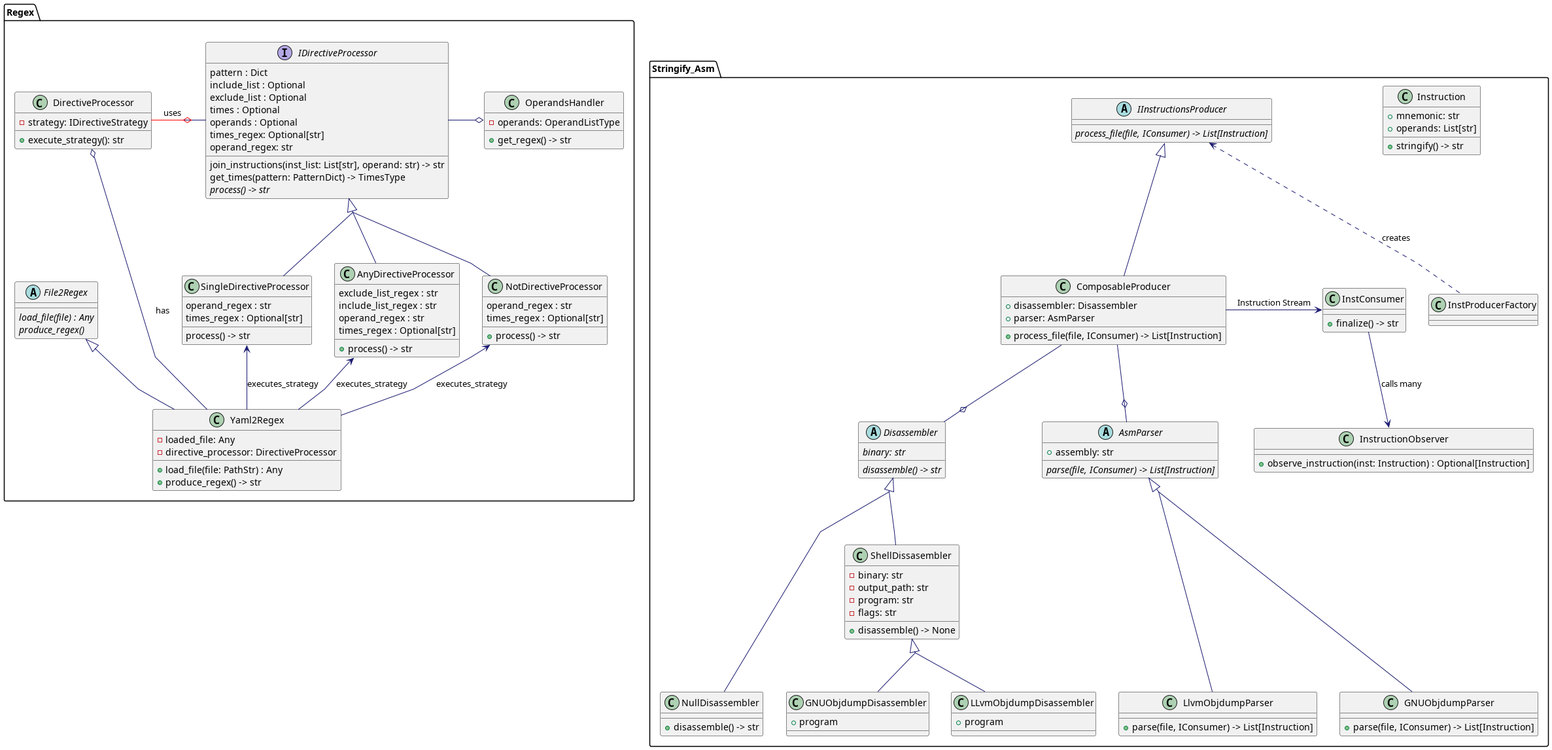
The PlantUML diagram design/diagram_class.png in JukMR/JASM, before a commit.
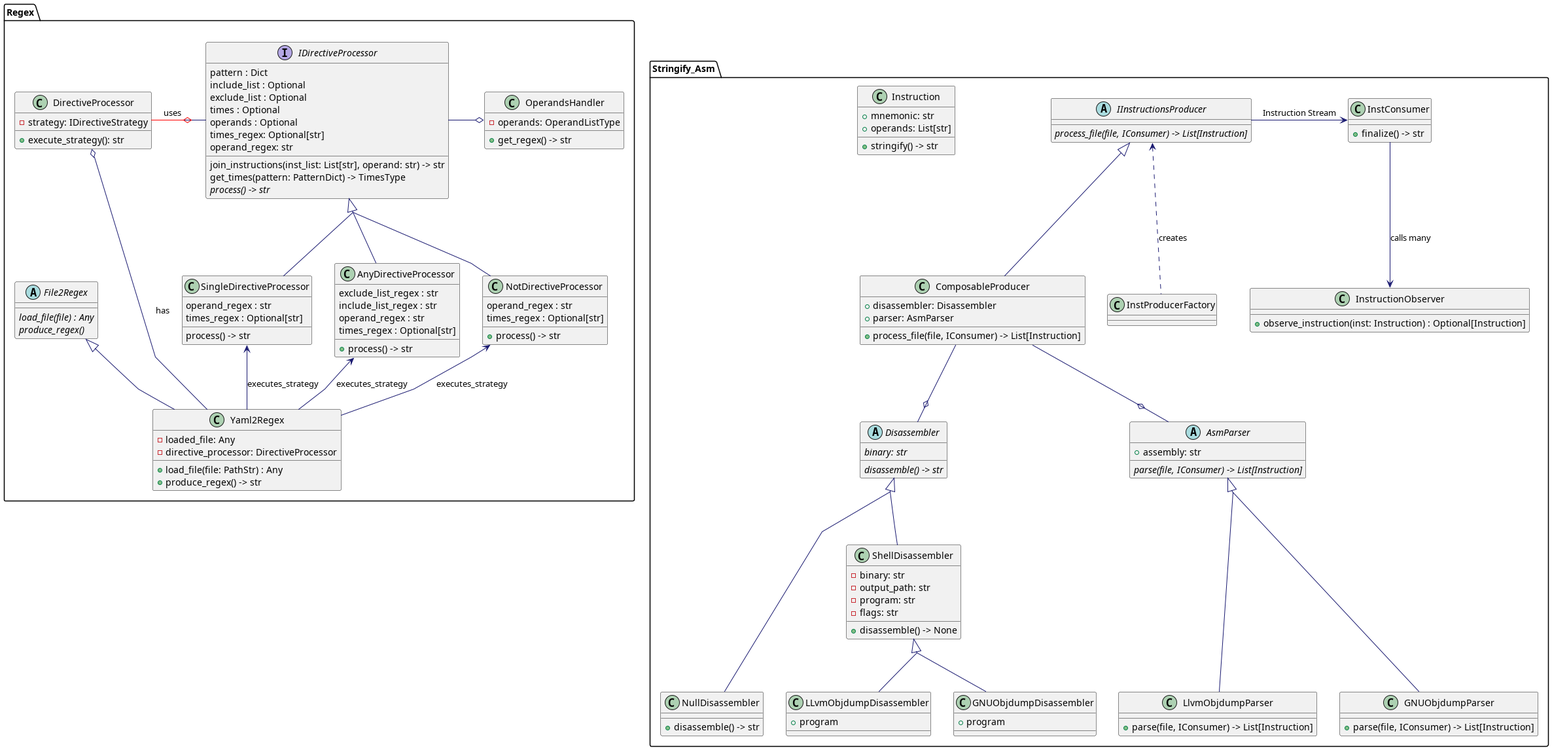
The same file after the commit.

Commit message:
Add new png for factories and diagram_class

Change to the diagram source:
```diff
@@ -63,7 +63,7 @@
         + parse(file, IConsumer) -> List[Instruction]
     }
 
-    class ShellDissasembler {
+    class ShellDisassembler {
         - binary: str
         - output_path: str
         - program: str
@@ -167,9 +167,9 @@
 AsmParser <|--- GNUObjdumpParser
 AsmParser <|--- LlvmObjdumpParser
 
-Disassembler <|-- ShellDissasembler
-ShellDissasembler <|-- GNUObjdumpDisassembler
-ShellDissasembler <|-- LLvmObjdumpDisassembler
+Disassembler <|-- ShellDisassembler
+ShellDisassembler <|-- GNUObjdumpDisassembler
+ShellDisassembler <|-- LLvmObjdumpDisassembler
 Disassembler <|--- NullDisassembler
 
 IInstructionsProducer <|-- ComposableProducer
@@ -179,7 +179,7 @@
 IInstructionsProducer <.. InstProducerFactory :creates
 
 
-ComposableProducer -> InstConsumer : Instruction Stream
+IInstructionsProducer -> InstConsumer : Instruction Stream
 
 InstConsumer --> InstructionObserver : calls many
 @enduml
```
